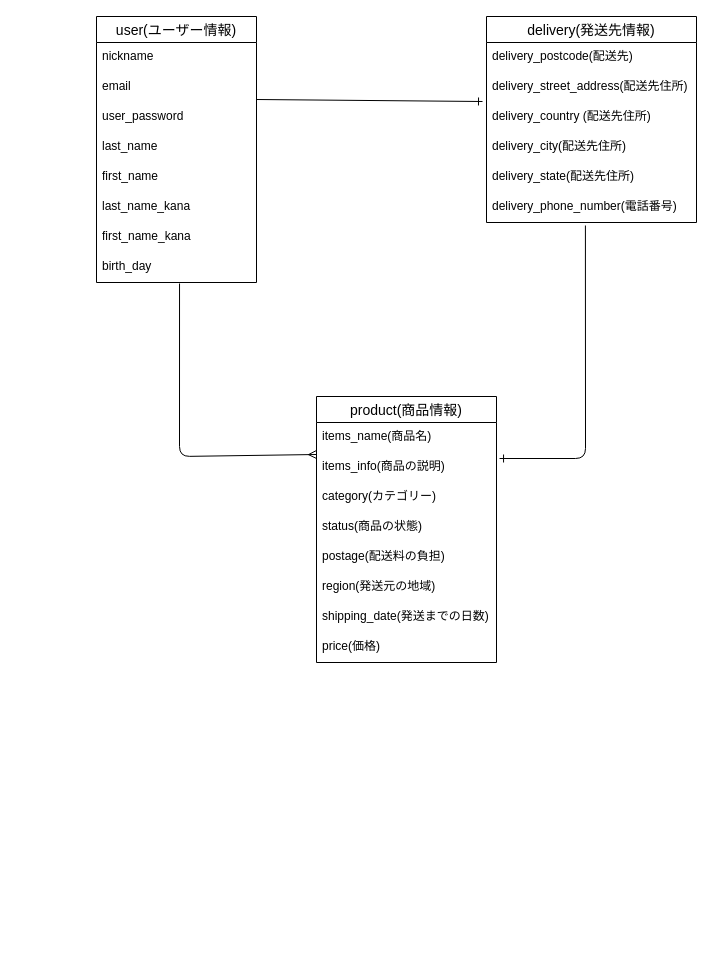
This is legend.dio from yo-ya07/furima-35557, a draw.io file, before an edit. Source tidied: cells renumbered, new cells numbered last; positions are measured from the earlier drawing's top-left corner, leaving out a move shared by most shapes. Both pictures are drawn from the tidied source at 100%, with x=0, y=0 at pixel (96, 16).
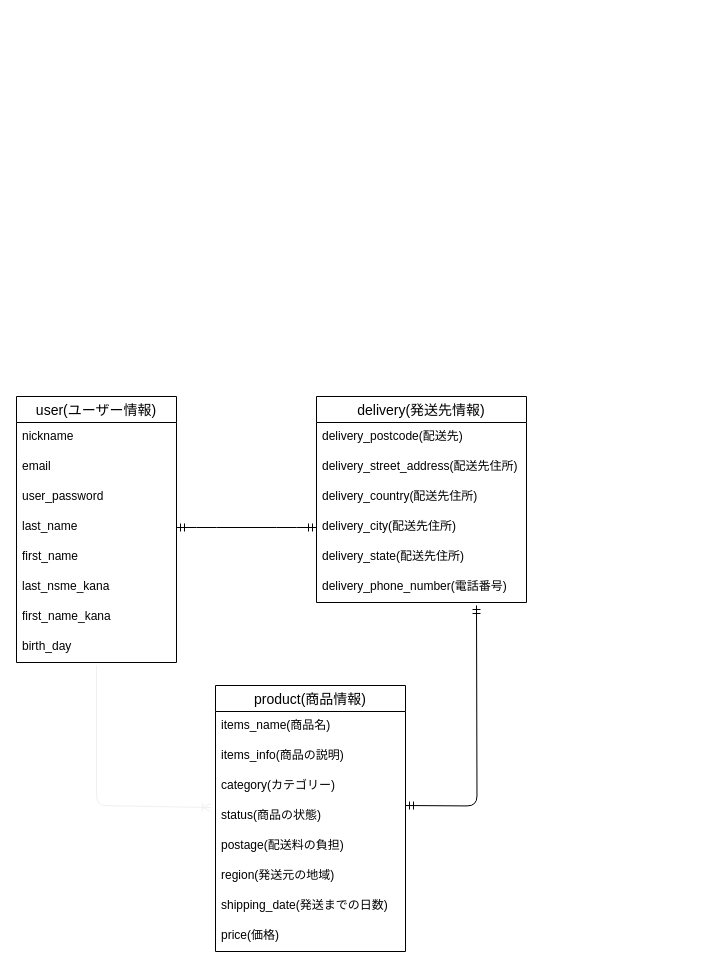
The same diagram, later.

Commit message (it also covers changes not shown here):
ER図•README作成

Change to the diagram source:
```diff
@@
+    <mxCell id="30" value="user(ユーザー情報)" style="swimlane;fontStyle=0;horizontal=1;startSize=26;align=center;fontSize=14;" parent="1" vertex="1">
+      <mxGeometry x="-80" y="380" width="160" height="266" as="geometry" />
+    </mxCell>
+    <mxCell id="31" value="nickname" style="text;strokeColor=none;fillColor=none;spacingLeft=4;spacingRight=4;overflow=hidden;fontSize=12;" parent="30" vertex="1">
+      <mxGeometry y="26" width="160" height="30" as="geometry" />
+    </mxCell>
-    <mxCell id="2" value="user(ユーザー情報)" style="swimlane;fontStyle=0;horizontal=1;startSize=26;align=center;fontSize=14;" parent="1" vertex="1">
-      <mxGeometry width="160" height="266" as="geometry" />
+    <mxCell id="2" value="email" style="text;strokeColor=none;fillColor=none;spacingLeft=4;spacingRight=4;overflow=hidden;fontSize=12;" parent="30" vertex="1">
+      <mxGeometry y="56" width="160" height="30" as="geometry" />
     </mxCell>
-    <mxCell id="3" value="nickname" style="text;strokeColor=none;fillColor=none;spacingLeft=4;spacingRight=4;overflow=hidden;fontSize=12;" parent="2" vertex="1">
-      <mxGeometry y="26" width="160" height="30" as="geometry" />
+    <mxCell id="3" value="user_password" style="text;strokeColor=none;fillColor=none;spacingLeft=4;spacingRight=4;overflow=hidden;fontSize=12;" parent="30" vertex="1">
+      <mxGeometry y="86" width="160" height="30" as="geometry" />
     </mxCell>
-    <mxCell id="4" value="email" style="text;strokeColor=none;fillColor=none;spacingLeft=4;spacingRight=4;overflow=hidden;points=[[0,0.5],[1,0.5]];portConstraint=eastwest;fontSize=12;" parent="2" vertex="1">
-      <mxGeometry y="56" width="160" height="30" as="geometry" />
-    </mxCell>
-    <mxCell id="5" value="user_password" style="text;strokeColor=none;fillColor=none;spacingLeft=4;spacingRight=4;overflow=hidden;fontSize=12;" parent="2" vertex="1">
-      <mxGeometry y="86" width="160" height="30" as="geometry" />
-    </mxCell>
-    <mxCell id="6" value="last_name" style="text;strokeColor=none;fillColor=none;spacingLeft=4;spacingRight=4;overflow=hidden;fontSize=12;" parent="2" vertex="1">
-      <mxGeometry y="116" width="160" height="30" as="geometry" />
-    </mxCell>
-    <mxCell id="7" value="first_name" style="text;strokeColor=none;fillColor=none;spacingLeft=4;spacingRight=4;overflow=hidden;points=[[0,0.5],[1,0.5]];portConstraint=eastwest;fontSize=12;" parent="2" vertex="1">
-      <mxGeometry y="146" width="160" height="30" as="geometry" />
+    <mxCell id="7" value="last_name" style="text;strokeColor=none;fillColor=none;spacingLeft=4;spacingRight=4;overflow=hidden;points=[[0,0.5],[1,0.5]];portConstraint=eastwest;fontSize=12;" parent="30" vertex="1">
+      <mxGeometry y="116" width="160" height="30" as="geometry" />
     </mxCell>
-    <mxCell id="8" value="last_name_kana" style="text;strokeColor=none;fillColor=none;spacingLeft=4;spacingRight=4;overflow=hidden;fontSize=12;" parent="2" vertex="1">
-      <mxGeometry y="176" width="160" height="30" as="geometry" />
+    <mxCell id="8" value="first_name" style="text;strokeColor=none;fillColor=none;spacingLeft=4;spacingRight=4;overflow=hidden;fontSize=12;" parent="30" vertex="1">
+      <mxGeometry y="146" width="160" height="30" as="geometry" />
     </mxCell>
+    <mxCell id="11" value="last_nsme_kana" style="text;strokeColor=none;fillColor=none;spacingLeft=4;spacingRight=4;overflow=hidden;fontSize=12;" parent="30" vertex="1">
+      <mxGeometry y="176" width="160" height="30" as="geometry" />
+    </mxCell>
-    <mxCell id="9" value="first_name_kana" style="text;strokeColor=none;fillColor=none;spacingLeft=4;spacingRight=4;overflow=hidden;fontSize=12;" parent="2" vertex="1">
+    <mxCell id="9" value="first_name_kana" style="text;strokeColor=none;fillColor=none;spacingLeft=4;spacingRight=4;overflow=hidden;fontSize=12;" parent="30" vertex="1">
       <mxGeometry y="206" width="160" height="30" as="geometry" />
     </mxCell>
-    <mxCell id="10" value="birth_day" style="text;strokeColor=none;fillColor=none;spacingLeft=4;spacingRight=4;overflow=hidden;points=[[0,0.5],[1,0.5]];portConstraint=eastwest;fontSize=12;" parent="2" vertex="1">
-      <mxGeometry y="236" width="160" height="30" as="geometry" />
-    </mxCell>
-    <mxCell id="11" value="delivery(発送先情報)" style="swimlane;fontStyle=0;horizontal=1;startSize=26;align=center;fontSize=14;" parent="1" vertex="1">
-      <mxGeometry x="390" width="210" height="206" as="geometry" />
-    </mxCell>
-    <mxCell id="12" value="delivery_postcode(配送先)" style="text;strokeColor=none;fillColor=none;spacingLeft=4;spacingRight=4;overflow=hidden;fontSize=12;" parent="11" vertex="1">
-      <mxGeometry y="26" width="210" height="30" as="geometry" />
-    </mxCell>
-    <mxCell id="13" value="delivery_street_address(配送先住所)" style="text;strokeColor=none;fillColor=none;spacingLeft=4;spacingRight=4;overflow=hidden;points=[[0,0.5],[1,0.5]];portConstraint=eastwest;fontSize=12;" parent="11" vertex="1">
-      <mxGeometry y="56" width="210" height="30" as="geometry" />
+    <mxCell id="13" value="birth_day" style="text;strokeColor=none;fillColor=none;spacingLeft=4;spacingRight=4;overflow=hidden;points=[[0,0.5],[1,0.5]];portConstraint=eastwest;fontSize=12;" parent="30" vertex="1">
+      <mxGeometry y="236" width="160" height="30" as="geometry" />
     </mxCell>
-    <mxCell id="14" value="delivery_country (配送先住所)" style="text;strokeColor=none;fillColor=none;spacingLeft=4;spacingRight=4;overflow=hidden;points=[[0,0.5],[1,0.5]];portConstraint=eastwest;fontSize=12;" parent="11" vertex="1">
-      <mxGeometry y="86" width="210" height="30" as="geometry" />
-    </mxCell>
-    <mxCell id="15" value="delivery_city(配送先住所)" style="text;strokeColor=none;fillColor=none;spacingLeft=4;spacingRight=4;overflow=hidden;points=[[0,0.5],[1,0.5]];portConstraint=eastwest;fontSize=12;" parent="11" vertex="1">
-      <mxGeometry y="116" width="210" height="30" as="geometry" />
-    </mxCell>
-    <mxCell id="16" value="delivery_state(配送先住所)" style="text;strokeColor=none;fillColor=none;spacingLeft=4;spacingRight=4;overflow=hidden;fontSize=12;" parent="11" vertex="1">
-      <mxGeometry y="146" width="210" height="30" as="geometry" />
-    </mxCell>
-    <mxCell id="17" value="delivery_phone_number(電話番号)" style="text;strokeColor=none;fillColor=none;spacingLeft=4;spacingRight=4;overflow=hidden;points=[[0,0.5],[1,0.5]];portConstraint=eastwest;fontSize=12;" parent="11" vertex="1">
-      <mxGeometry y="176" width="210" height="30" as="geometry" />
-    </mxCell>
-    <mxCell id="18" value="product(商品情報)" style="swimlane;fontStyle=0;horizontal=1;startSize=26;align=center;fontSize=14;" parent="1" vertex="1">
-      <mxGeometry x="220" y="380" width="180" height="266" as="geometry" />
+    <mxCell id="18" value="delivery(発送先情報)" style="swimlane;fontStyle=0;horizontal=1;startSize=26;align=center;fontSize=14;" parent="1" vertex="1">
+      <mxGeometry x="220" y="380" width="210" height="206" as="geometry" />
     </mxCell>
-    <mxCell id="19" value="items_name(商品名)" style="text;strokeColor=none;fillColor=none;spacingLeft=4;spacingRight=4;overflow=hidden;fontSize=12;" parent="18" vertex="1">
-      <mxGeometry y="26" width="180" height="30" as="geometry" />
+    <mxCell id="19" value="delivery_postcode(配送先)" style="text;strokeColor=none;fillColor=none;spacingLeft=4;spacingRight=4;overflow=hidden;fontSize=12;" parent="18" vertex="1">
+      <mxGeometry y="26" width="210" height="30" as="geometry" />
     </mxCell>
-    <mxCell id="20" value="items_info(商品の説明)" style="text;strokeColor=none;fillColor=none;spacingLeft=4;spacingRight=4;overflow=hidden;points=[[0,0.5],[1,0.5]];portConstraint=eastwest;fontSize=12;" parent="18" vertex="1">
-      <mxGeometry y="56" width="180" height="30" as="geometry" />
+    <mxCell id="20" value="delivery_street_address(配送先住所)" style="text;strokeColor=none;fillColor=none;spacingLeft=4;spacingRight=4;overflow=hidden;points=[[0,0.5],[1,0.5]];portConstraint=eastwest;fontSize=12;" parent="18" vertex="1">
+      <mxGeometry y="56" width="210" height="30" as="geometry" />
     </mxCell>
-    <mxCell id="21" value="category(カテゴリー)" style="text;strokeColor=none;fillColor=none;spacingLeft=4;spacingRight=4;overflow=hidden;fontSize=12;" parent="18" vertex="1">
-      <mxGeometry y="86" width="180" height="30" as="geometry" />
+    <mxCell id="21" value="delivery_country(配送先住所)" style="text;strokeColor=none;fillColor=none;spacingLeft=4;spacingRight=4;overflow=hidden;fontSize=12;" parent="18" vertex="1">
+      <mxGeometry y="86" width="210" height="30" as="geometry" />
     </mxCell>
+    <mxCell id="15" value="delivery_city(配送先住所)" style="text;strokeColor=none;fillColor=none;spacingLeft=4;spacingRight=4;overflow=hidden;points=[[0,0.5],[1,0.5]];portConstraint=eastwest;fontSize=12;" parent="18" vertex="1">
+      <mxGeometry y="116" width="210" height="30" as="geometry" />
+    </mxCell>
+    <mxCell id="16" value="delivery_state(配送先住所)" style="text;strokeColor=none;fillColor=none;spacingLeft=4;spacingRight=4;overflow=hidden;fontSize=12;" parent="18" vertex="1">
+      <mxGeometry y="146" width="210" height="30" as="geometry" />
+    </mxCell>
+    <mxCell id="17" value="delivery_phone_number(電話番号)" style="text;strokeColor=none;fillColor=none;spacingLeft=4;spacingRight=4;overflow=hidden;points=[[0,0.5],[1,0.5]];portConstraint=eastwest;fontSize=12;" parent="18" vertex="1">
+      <mxGeometry y="176" width="210" height="30" as="geometry" />
+    </mxCell>
+    <mxCell id="32" value="product(商品情報)" style="swimlane;fontStyle=0;horizontal=1;startSize=26;align=center;fontSize=14;" parent="1" vertex="1">
+      <mxGeometry x="119" y="669" width="190" height="266" as="geometry" />
+    </mxCell>
+    <mxCell id="33" value="items_name(商品名)" style="text;strokeColor=none;fillColor=none;spacingLeft=4;spacingRight=4;overflow=hidden;fontSize=12;" parent="32" vertex="1">
+      <mxGeometry y="26" width="190" height="30" as="geometry" />
+    </mxCell>
+    <mxCell id="34" value="items_info(商品の説明)" style="text;strokeColor=none;fillColor=none;spacingLeft=4;spacingRight=4;overflow=hidden;fontSize=12;" parent="32" vertex="1">
+      <mxGeometry y="56" width="190" height="30" as="geometry" />
+    </mxCell>
+    <mxCell id="35" value="category(カテゴリー)" style="text;strokeColor=none;fillColor=none;spacingLeft=4;spacingRight=4;overflow=hidden;fontSize=12;" parent="32" vertex="1">
+      <mxGeometry y="86" width="190" height="30" as="geometry" />
+    </mxCell>
-    <mxCell id="22" value="status(商品の状態)" style="text;strokeColor=none;fillColor=none;spacingLeft=4;spacingRight=4;overflow=hidden;points=[[0,0.5],[1,0.5]];portConstraint=eastwest;fontSize=12;" parent="18" vertex="1">
-      <mxGeometry y="116" width="180" height="30" as="geometry" />
+    <mxCell id="22" value="status(商品の状態)" style="text;strokeColor=none;fillColor=none;spacingLeft=4;spacingRight=4;overflow=hidden;points=[[0,0.5],[1,0.5]];portConstraint=eastwest;fontSize=12;" parent="32" vertex="1">
+      <mxGeometry y="116" width="190" height="30" as="geometry" />
     </mxCell>
-    <mxCell id="23" value="postage(配送料の負担)" style="text;strokeColor=none;fillColor=none;spacingLeft=4;spacingRight=4;overflow=hidden;fontSize=12;" parent="18" vertex="1">
-      <mxGeometry y="146" width="180" height="30" as="geometry" />
+    <mxCell id="23" value="postage(配送料の負担)" style="text;strokeColor=none;fillColor=none;spacingLeft=4;spacingRight=4;overflow=hidden;fontSize=12;" parent="32" vertex="1">
+      <mxGeometry y="146" width="190" height="30" as="geometry" />
     </mxCell>
-    <mxCell id="24" value="region(発送元の地域)" style="text;strokeColor=none;fillColor=none;spacingLeft=4;spacingRight=4;overflow=hidden;fontSize=12;" parent="18" vertex="1">
-      <mxGeometry y="176" width="180" height="30" as="geometry" />
+    <mxCell id="24" value="region(発送元の地域)" style="text;strokeColor=none;fillColor=none;spacingLeft=4;spacingRight=4;overflow=hidden;fontSize=12;" parent="32" vertex="1">
+      <mxGeometry y="176" width="190" height="30" as="geometry" />
     </mxCell>
-    <mxCell id="25" value="shipping_date(発送までの日数)" style="text;strokeColor=none;fillColor=none;spacingLeft=4;spacingRight=4;overflow=hidden;fontSize=12;" parent="18" vertex="1">
-      <mxGeometry y="206" width="180" height="30" as="geometry" />
+    <mxCell id="25" value="shipping_date(発送までの日数)" style="text;strokeColor=none;fillColor=none;spacingLeft=4;spacingRight=4;overflow=hidden;fontSize=12;" parent="32" vertex="1">
+      <mxGeometry y="206" width="190" height="30" as="geometry" />
     </mxCell>
-    <mxCell id="26" value="price(価格) " style="text;strokeColor=none;fillColor=none;spacingLeft=4;spacingRight=4;overflow=hidden;fontSize=12;" parent="18" vertex="1">
-      <mxGeometry y="236" width="180" height="30" as="geometry" />
+    <mxCell id="26" value="price(価格)" style="text;strokeColor=none;fillColor=none;spacingLeft=4;spacingRight=4;overflow=hidden;fontSize=12;" parent="32" vertex="1">
+      <mxGeometry y="236" width="190" height="30" as="geometry" />
     </mxCell>
-    <mxCell id="27" style="fontSize=12;html=1;endArrow=ERmany;exitX=0.519;exitY=1.033;exitDx=0;exitDy=0;entryX=0;entryY=0.067;entryDx=0;entryDy=0;exitPerimeter=0;entryPerimeter=0;" parent="1" edge="1" source="10" target="20">
-      <mxGeometry relative="1" as="geometry">
-        <Array as="points">
-          <mxPoint x="83" y="440" />
-        </Array>
-      </mxGeometry>
-    </mxCell>
-    <mxCell id="28" style="fontSize=12;html=1;endArrow=ERone;endFill=1;exitX=1;exitY=0.9;exitDx=0;exitDy=0;exitPerimeter=0;entryX=-0.019;entryY=-0.033;entryDx=0;entryDy=0;entryPerimeter=0;" parent="1" edge="1" source="4" target="14">
-      <mxGeometry relative="1" as="geometry" />
-    </mxCell>
-    <mxCell id="29" style="fontSize=12;html=1;endArrow=ERone;endFill=1;exitX=0.471;exitY=1.1;exitDx=0;exitDy=0;exitPerimeter=0;entryX=1.017;entryY=0.2;entryDx=0;entryDy=0;entryPerimeter=0;" parent="1" edge="1" source="17" target="20">
-      <mxGeometry relative="1" as="geometry">
-        <Array as="points">
-          <mxPoint x="489" y="442" />
-        </Array>
-      </mxGeometry>
-    </mxCell>
+    <mxCell id="36" style="edgeStyle=entityRelationEdgeStyle;fontSize=12;html=1;endArrow=ERmandOne;startArrow=ERmandOne;exitX=1;exitY=0.5;exitDx=0;exitDy=0;" parent="1" edge="1" source="7" target="15">
+      <mxGeometry relative="1" as="geometry" />
+    </mxCell>
+    <mxCell id="37" style="edgeStyle=orthogonalEdgeStyle;fontSize=12;html=1;endArrow=ERmandOne;startArrow=ERmandOne;" parent="1" edge="1">
+      <mxGeometry relative="1" as="geometry">
+        <mxPoint x="309" y="789" as="sourcePoint" />
+        <mxPoint x="380" y="589" as="targetPoint" />
+      </mxGeometry>
+    </mxCell>
+    <mxCell id="38" style="fontSize=12;html=1;endArrow=ERoneToMany;strokeColor=#f0f0f0;exitX=0.5;exitY=1.1;exitDx=0;exitDy=0;exitPerimeter=0;entryX=-0.026;entryY=0.2;entryDx=0;entryDy=0;entryPerimeter=0;" parent="1" edge="1" source="13" target="22">
+      <mxGeometry relative="1" as="geometry">
+        <Array as="points">
+          <mxPoint y="789" />
+        </Array>
+      </mxGeometry>
+    </mxCell>
```
